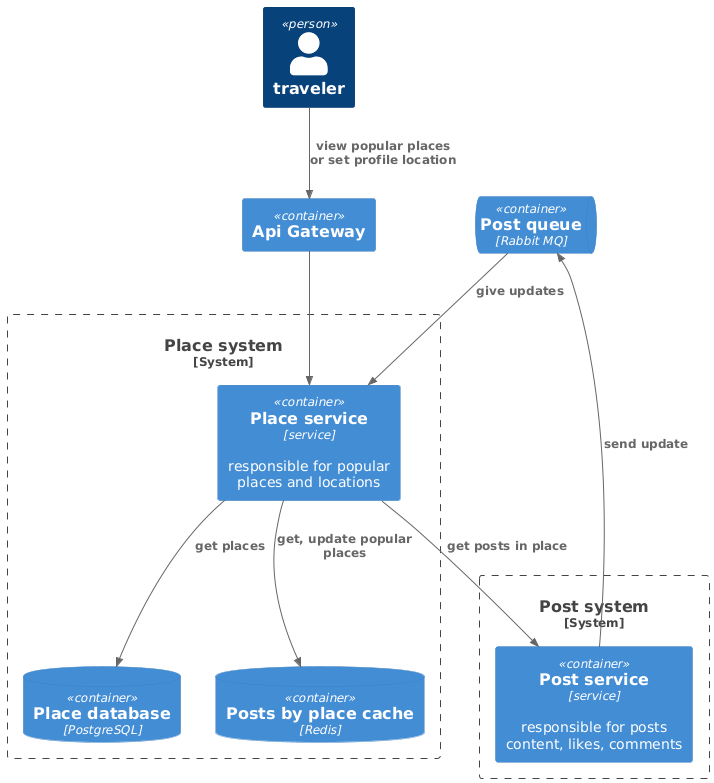
The PlantUML diagram images/diagrams/place.png in danythere/social_network_system_design, before a commit. Source of this version:
```plantuml
@startuml
!include https://raw.githubusercontent.com/plantuml-stdlib/C4-PlantUML/master/C4_Container.puml
Person(traveler, "traveler")



System_Boundary(placeSystem, "Place system") {
   Container(placeService, "Place service", "service", "responsible for popular places and locations")
   ContainerDb(placeDb, "Place database", "PostgreSQL")
   ContainerDb(placeCache, "Posts by place cache", "Redis")
}

System_Boundary(postSystem, "Post system") {
  Container(postService, "Post service", "service", "responsible for posts content, likes, comments")
}

ContainerQueue(postQueue, "Post queue", "Rabbit MQ")

Container(apiGateway, "Api Gateway")

Rel(traveler, apiGateway, "view popular places or set profile location")

Rel(apiGateway, placeService, "")

Rel(postQueue, placeService, "give updates")

Rel(postService, postQueue, "send update")
Rel(placeService, placeDb, "get places")
Rel(placeService, placeCache, "get, update popular places")
Rel(placeService, postService, "get posts in place")
@enduml
```
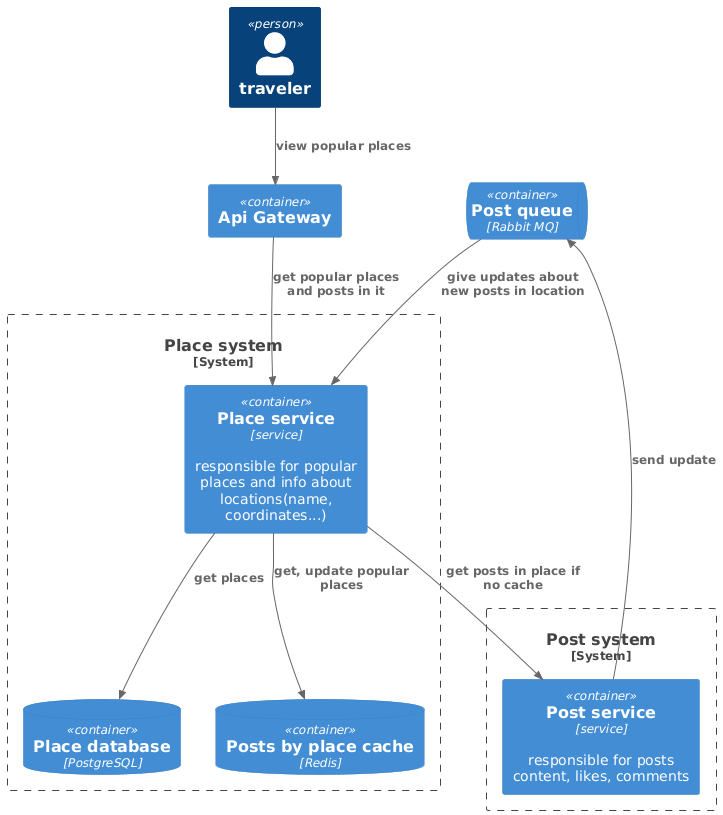
Above is the later version.

Change to the diagram source:
```diff
@@ -5,7 +5,7 @@
 
 
 System_Boundary(placeSystem, "Place system") {
-   Container(placeService, "Place service", "service", "responsible for popular places and locations")
+   Container(placeService, "Place service", "service", "responsible for popular places and info about locations(name, coordinates...)")
    ContainerDb(placeDb, "Place database", "PostgreSQL")
    ContainerDb(placeCache, "Posts by place cache", "Redis")
 }
@@ -18,14 +18,14 @@
 
 Container(apiGateway, "Api Gateway")
 
-Rel(traveler, apiGateway, "view popular places or set profile location")
+Rel(traveler, apiGateway, "view popular places")
 
-Rel(apiGateway, placeService, "")
+Rel(apiGateway, placeService, "get popular places and posts in it")
 
-Rel(postQueue, placeService, "give updates")
+Rel(postQueue, placeService, "give updates about new posts in location")
 
 Rel(postService, postQueue, "send update")
 Rel(placeService, placeDb, "get places")
 Rel(placeService, placeCache, "get, update popular places")
-Rel(placeService, postService, "get posts in place")
+Rel(placeService, postService, "get posts in place if no cache")
 @enduml
```
